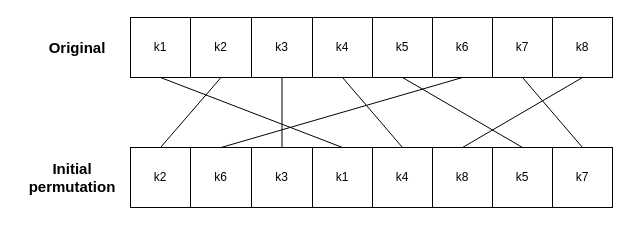
hejzlzd1/EducrypterUHK keeps this draw.io diagram as public/img/simpleDesPage/drawio/IP.drawio. Above is the earlier version. Source tidied: cells renumbered, new cells numbered last; positions are measured from the earlier drawing's top-left corner, leaving out a move shared by most shapes. Both pictures are drawn from the tidied source at 100%, with x=0, y=0 at pixel (17, 17).
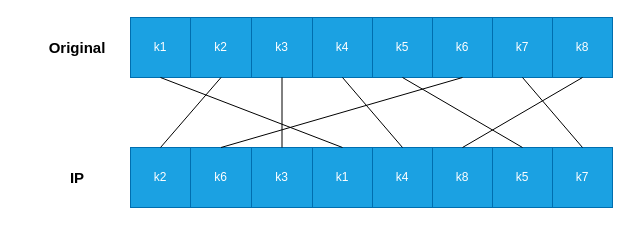
After the change.

Unchanged cells that the change refers to:
```xml
<mxCell id="2" style="swimlane;startSize=0;" parent="1" vertex="1">
  <mxGeometry x="113" width="481" height="60" as="geometry" />
</mxCell>
<mxCell id="11" style="swimlane;startSize=0;" parent="1" vertex="1">
  <mxGeometry x="113" y="130" width="481" height="60" as="geometry" />
</mxCell>
```

Change to the diagram source:
```diff
@@
-    <mxCell id="3" value="k1" style="rounded=0;whiteSpace=wrap;html=1;" parent="2" vertex="1">
+    <mxCell id="3" value="k1" style="rounded=0;whiteSpace=wrap;html=1;fillColor=#1ba1e2;strokeColor=#006EAF;fontColor=#ffffff;" parent="2" vertex="1">
       <mxGeometry width="60" height="60" as="geometry" />
     </mxCell>
-    <mxCell id="4" value="k2" style="rounded=0;whiteSpace=wrap;html=1;" parent="2" vertex="1">
+    <mxCell id="4" value="k2" style="rounded=0;whiteSpace=wrap;html=1;fillColor=#1ba1e2;strokeColor=#006EAF;fontColor=#ffffff;" parent="2" vertex="1">
       <mxGeometry x="60" width="61" height="60" as="geometry" />
     </mxCell>
-    <mxCell id="5" value="k3" style="rounded=0;whiteSpace=wrap;html=1;" parent="2" vertex="1">
+    <mxCell id="5" value="k3" style="rounded=0;whiteSpace=wrap;html=1;fillColor=#1ba1e2;strokeColor=#006EAF;fontColor=#ffffff;" parent="2" vertex="1">
       <mxGeometry x="121" width="61" height="60" as="geometry" />
     </mxCell>
-    <mxCell id="6" value="k4" style="rounded=0;whiteSpace=wrap;html=1;" parent="2" vertex="1">
+    <mxCell id="6" value="k4" style="rounded=0;whiteSpace=wrap;html=1;fillColor=#1ba1e2;strokeColor=#006EAF;fontColor=#ffffff;" parent="2" vertex="1">
       <mxGeometry x="182" width="60" height="60" as="geometry" />
     </mxCell>
-    <mxCell id="7" value="k5" style="rounded=0;whiteSpace=wrap;html=1;" parent="2" vertex="1">
+    <mxCell id="7" value="k5" style="rounded=0;whiteSpace=wrap;html=1;fillColor=#1ba1e2;strokeColor=#006EAF;fontColor=#ffffff;" parent="2" vertex="1">
       <mxGeometry x="242" width="60" height="60" as="geometry" />
     </mxCell>
-    <mxCell id="8" value="k6" style="rounded=0;whiteSpace=wrap;html=1;" parent="2" vertex="1">
+    <mxCell id="8" value="k6" style="rounded=0;whiteSpace=wrap;html=1;fillColor=#1ba1e2;strokeColor=#006EAF;fontColor=#ffffff;" parent="2" vertex="1">
       <mxGeometry x="302" width="60" height="60" as="geometry" />
     </mxCell>
-    <mxCell id="9" value="k7" style="rounded=0;whiteSpace=wrap;html=1;" parent="2" vertex="1">
+    <mxCell id="9" value="k7" style="rounded=0;whiteSpace=wrap;html=1;fillColor=#1ba1e2;strokeColor=#006EAF;fontColor=#ffffff;" parent="2" vertex="1">
       <mxGeometry x="362" width="60" height="60" as="geometry" />
     </mxCell>
-    <mxCell id="10" value="k8" style="rounded=0;whiteSpace=wrap;html=1;" parent="2" vertex="1">
+    <mxCell id="10" value="k8" style="rounded=0;whiteSpace=wrap;html=1;fillColor=#1ba1e2;strokeColor=#006EAF;fontColor=#ffffff;" parent="2" vertex="1">
       <mxGeometry x="422" width="60" height="60" as="geometry" />
     </mxCell>
@@
-    <mxCell id="12" value="k2" style="rounded=0;whiteSpace=wrap;html=1;" parent="11" vertex="1">
+    <mxCell id="12" value="k2" style="rounded=0;whiteSpace=wrap;html=1;fillColor=#1ba1e2;strokeColor=#006EAF;fontColor=#ffffff;" parent="11" vertex="1">
       <mxGeometry width="60" height="60" as="geometry" />
     </mxCell>
-    <mxCell id="13" value="k6" style="rounded=0;whiteSpace=wrap;html=1;" parent="11" vertex="1">
+    <mxCell id="13" value="k6" style="rounded=0;whiteSpace=wrap;html=1;fillColor=#1ba1e2;strokeColor=#006EAF;fontColor=#ffffff;" parent="11" vertex="1">
       <mxGeometry x="60" width="61" height="60" as="geometry" />
     </mxCell>
-    <mxCell id="14" value="k3" style="rounded=0;whiteSpace=wrap;html=1;" parent="11" vertex="1">
+    <mxCell id="14" value="k3" style="rounded=0;whiteSpace=wrap;html=1;fillColor=#1ba1e2;strokeColor=#006EAF;fontColor=#ffffff;" parent="11" vertex="1">
       <mxGeometry x="121" width="61" height="60" as="geometry" />
     </mxCell>
-    <mxCell id="15" value="k1" style="rounded=0;whiteSpace=wrap;html=1;" parent="11" vertex="1">
+    <mxCell id="15" value="k1" style="rounded=0;whiteSpace=wrap;html=1;fillColor=#1ba1e2;strokeColor=#006EAF;fontColor=#ffffff;" parent="11" vertex="1">
       <mxGeometry x="182" width="60" height="60" as="geometry" />
     </mxCell>
-    <mxCell id="16" value="k4" style="rounded=0;whiteSpace=wrap;html=1;" parent="11" vertex="1">
+    <mxCell id="16" value="k4" style="rounded=0;whiteSpace=wrap;html=1;fillColor=#1ba1e2;strokeColor=#006EAF;fontColor=#ffffff;" parent="11" vertex="1">
       <mxGeometry x="242" width="60" height="60" as="geometry" />
     </mxCell>
-    <mxCell id="17" value="k8" style="rounded=0;whiteSpace=wrap;html=1;" parent="11" vertex="1">
+    <mxCell id="17" value="k8" style="rounded=0;whiteSpace=wrap;html=1;fillColor=#1ba1e2;strokeColor=#006EAF;fontColor=#ffffff;" parent="11" vertex="1">
       <mxGeometry x="302" width="60" height="60" as="geometry" />
     </mxCell>
-    <mxCell id="18" value="k5" style="rounded=0;whiteSpace=wrap;html=1;" parent="11" vertex="1">
+    <mxCell id="18" value="k5" style="rounded=0;whiteSpace=wrap;html=1;fillColor=#1ba1e2;strokeColor=#006EAF;fontColor=#ffffff;" parent="11" vertex="1">
       <mxGeometry x="362" width="60" height="60" as="geometry" />
     </mxCell>
-    <mxCell id="19" value="k7" style="rounded=0;whiteSpace=wrap;html=1;" parent="11" vertex="1">
+    <mxCell id="19" value="k7" style="rounded=0;whiteSpace=wrap;html=1;fillColor=#1ba1e2;strokeColor=#006EAF;fontColor=#ffffff;" parent="11" vertex="1">
       <mxGeometry x="422" width="60" height="60" as="geometry" />
     </mxCell>
-    <mxCell id="20" value="&lt;font style=&quot;font-size: 15px;&quot;&gt;&lt;b&gt;Initial permutation&lt;/b&gt;&lt;/font&gt;" style="text;html=1;strokeColor=none;fillColor=none;align=center;verticalAlign=middle;whiteSpace=wrap;rounded=0;" parent="1" vertex="1">
-      <mxGeometry y="145" width="110" height="30" as="geometry" />
+    <mxCell id="20" value="&lt;font style=&quot;font-size: 15px;&quot;&gt;&lt;b&gt;IP&lt;/b&gt;&lt;/font&gt;" style="text;html=1;strokeColor=none;fillColor=none;align=center;verticalAlign=middle;whiteSpace=wrap;rounded=0;" parent="1" vertex="1">
+      <mxGeometry x="20" y="145" width="80" height="30" as="geometry" />
     </mxCell>
```
